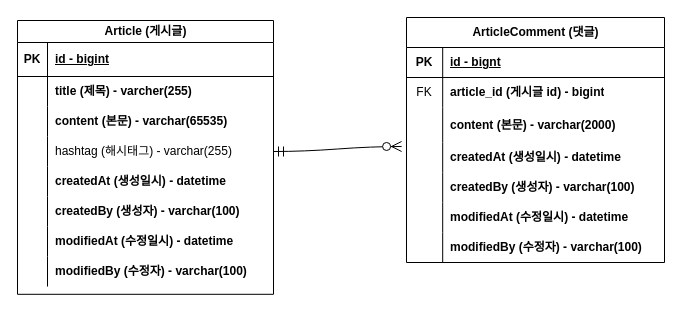
Above: document/제목 없는 다이어그램.drawio in jyeong2525/fastcampus-project-board (draw.io), before the change. Source tidied: cells renumbered, new cells numbered last; positions are measured from the earlier drawing's top-left corner, leaving out a move shared by most shapes. Both pictures are drawn from the tidied source at 100%, with x=0, y=0 at pixel (17, 17).
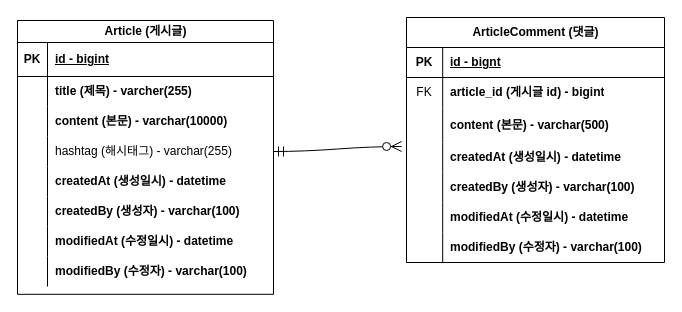
After the change.

Commit message:
#10 - erd 업데이트: content 사이즈 변경

The change refers to these unchanged cells:
```xml
<mxCell id="9" style="shape=tableRow;horizontal=0;startSize=0;swimlaneHead=0;swimlaneBody=0;fillColor=none;top=0;left=0;right=0;bottom=0;" parent="2" vertex="1">
  <mxGeometry y="86" width="256" height="30" as="geometry" />
</mxCell>
<mxCell id="34" style="shape=tableRow;horizontal=0;startSize=0;swimlaneHead=0;swimlaneBody=0;fillColor=none;points=[[0,0.5],[1,0.5]];portConstraint=eastwest;top=0;left=0;right=0;bottom=0;" parent="27" vertex="1">
  <mxGeometry y="90" width="258" height="35" as="geometry" />
</mxCell>
```

The edit, as a diff of the source:
```diff
@@
-    <mxCell id="11" value="content (본문) - varchar(65535)" style="shape=partialRectangle;fillColor=none;top=0;left=0;bottom=0;right=0;align=left;spacingLeft=6;overflow=hidden;whiteSpace=wrap;html=1;fontStyle=1;" parent="9" vertex="1">
+    <mxCell id="11" value="content (본문) - varchar(10000)" style="shape=partialRectangle;fillColor=none;top=0;left=0;bottom=0;right=0;align=left;spacingLeft=6;overflow=hidden;whiteSpace=wrap;html=1;fontStyle=1;" parent="9" vertex="1">
       <mxGeometry x="30" width="226" height="30" as="geometry" />
     </mxCell>
@@
-    <mxCell id="36" value="content (본문) - varchar(2000)" style="shape=partialRectangle;fillColor=none;top=0;left=0;bottom=0;right=0;align=left;spacingLeft=6;overflow=hidden;whiteSpace=wrap;html=1;fontStyle=1;" parent="34" vertex="1">
+    <mxCell id="36" value="content (본문) - varchar(500)" style="shape=partialRectangle;fillColor=none;top=0;left=0;bottom=0;right=0;align=left;spacingLeft=6;overflow=hidden;whiteSpace=wrap;html=1;fontStyle=1;" parent="34" vertex="1">
       <mxGeometry x="36.2" width="221.8" height="35" as="geometry" />
     </mxCell>
```
